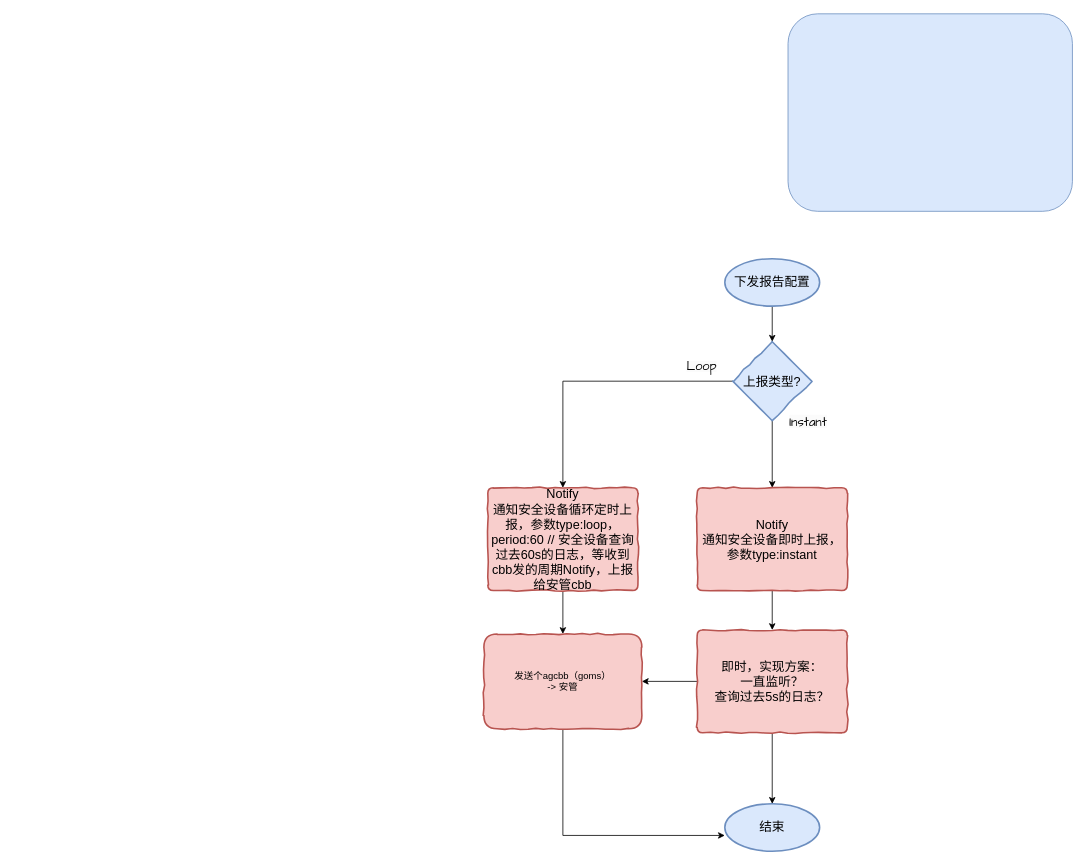
This is 日志流程.drawio from echotj/im, a draw.io file, before an edit. Source tidied: cells renumbered, new cells numbered last; positions are measured from the earlier drawing's top-left corner, leaving out a move shared by most shapes. Both pictures are drawn from the tidied source at 79%, with x=0, y=0 at pixel (483, 13).
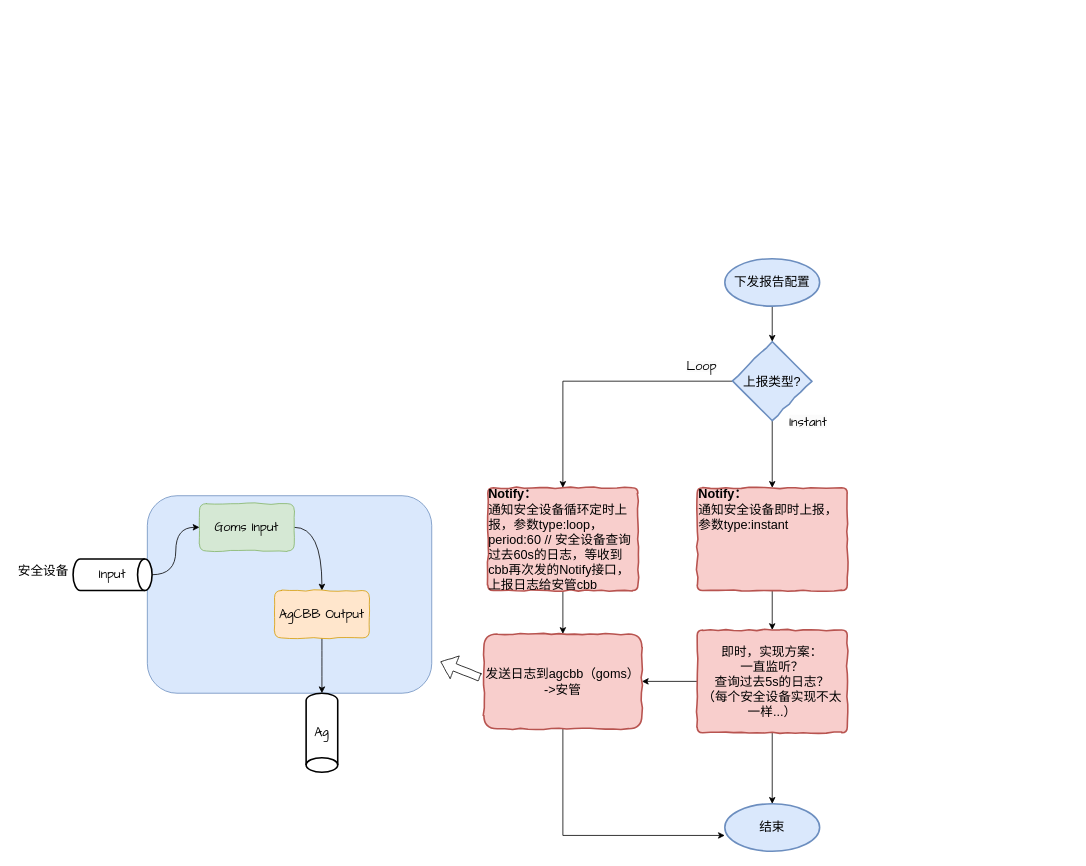
After the change.

Commit message:
更新日志流程.drawio

The edit, as a diff of the source:
```diff
@@
     <mxCell id="2" style="rounded=1;whiteSpace=wrap;html=1;fillColor=#dae8fc;strokeColor=#6c8ebf;" parent="1" vertex="1">
-      <mxGeometry x="385" width="360" height="250" as="geometry" />
+      <mxGeometry x="-426" y="610" width="360" height="250" as="geometry" />
     </mxCell>
@@
-    <mxCell id="9" value="&lt;span style=&quot;font-size: 16px;&quot;&gt;Notify&lt;br&gt;通知安全设备即时上报，参数type:instant&lt;br&gt;&lt;/span&gt;" style="rounded=1;whiteSpace=wrap;html=1;absoluteArcSize=1;arcSize=14;strokeWidth=2;fillColor=#f8cecc;strokeColor=#b85450;comic=1;" parent="1" vertex="1">
+    <mxCell id="9" value="&lt;div style=&quot;&quot;&gt;&lt;span style=&quot;font-size: 16px; background-color: initial;&quot;&gt;&lt;b&gt;Notify：&lt;/b&gt;&lt;/span&gt;&lt;/div&gt;&lt;span style=&quot;font-size: 16px;&quot;&gt;&lt;div style=&quot;&quot;&gt;&lt;span style=&quot;background-color: initial;&quot;&gt;通知安全设备即时上报，参数type:instant&lt;/span&gt;&lt;/div&gt;&lt;div style=&quot;&quot;&gt;&lt;span style=&quot;background-color: initial;&quot;&gt;&lt;br&gt;&lt;/span&gt;&lt;/div&gt;&lt;div style=&quot;&quot;&gt;&lt;span style=&quot;background-color: initial;&quot;&gt;&lt;br&gt;&lt;/span&gt;&lt;/div&gt;&lt;div style=&quot;&quot;&gt;&lt;span style=&quot;background-color: initial;&quot;&gt;&lt;br&gt;&lt;/span&gt;&lt;/div&gt;&lt;div style=&quot;&quot;&gt;&lt;span style=&quot;background-color: initial;&quot;&gt;&lt;br&gt;&lt;/span&gt;&lt;/div&gt;&lt;/span&gt;" style="rounded=1;whiteSpace=wrap;html=1;absoluteArcSize=1;arcSize=14;strokeWidth=2;fillColor=#f8cecc;strokeColor=#b85450;comic=1;align=left;" parent="1" vertex="1">
       <mxGeometry x="270" y="600" width="190" height="130" as="geometry" />
     </mxCell>
@@
-    <mxCell id="13" value="&lt;span style=&quot;font-size: 16px;&quot;&gt;Notify&lt;br&gt;通知安全设备循环定时上报，参数type:loop，period:60 // 安全设备查询过去60s的日志，等收到cbb发的周期Notify，上报给安管cbb&lt;br&gt;&lt;/span&gt;" style="rounded=1;whiteSpace=wrap;html=1;absoluteArcSize=1;arcSize=14;strokeWidth=2;fillColor=#f8cecc;strokeColor=#b85450;comic=1;" parent="1" vertex="1">
+    <mxCell id="13" value="&lt;div style=&quot;text-align: left;&quot;&gt;&lt;b style=&quot;font-size: 16px; background-color: initial;&quot;&gt;Notify：&lt;/b&gt;&lt;/div&gt;&lt;span style=&quot;font-size: 16px;&quot;&gt;&lt;div style=&quot;text-align: left;&quot;&gt;&lt;span style=&quot;background-color: initial;&quot;&gt;通知安全设备循环定时上报，参数type:loop，period:60 // 安全设备查询过去60s的日志，等收到cbb再次发的Notify接口，上报日志给安管cbb&lt;/span&gt;&lt;/div&gt;&lt;/span&gt;" style="rounded=1;whiteSpace=wrap;html=1;absoluteArcSize=1;arcSize=14;strokeWidth=2;fillColor=#f8cecc;strokeColor=#b85450;comic=1;" parent="1" vertex="1">
       <mxGeometry x="5" y="600" width="190" height="130" as="geometry" />
     </mxCell>
@@
-    <mxCell id="16" value="&lt;span style=&quot;font-size: 16px;&quot;&gt;即时，实现方案：&lt;br&gt;一直监听？&lt;br&gt;查询过去5s的日志？&lt;br&gt;&lt;/span&gt;" style="rounded=1;whiteSpace=wrap;html=1;absoluteArcSize=1;arcSize=14;strokeWidth=2;fillColor=#f8cecc;strokeColor=#b85450;comic=1;" parent="1" vertex="1">
+    <mxCell id="16" value="&lt;span style=&quot;font-size: 16px;&quot;&gt;即时，实现方案：&lt;br&gt;一直监听？&lt;br&gt;查询过去5s的日志？&lt;br&gt;（每个安全设备实现不太一样...）&lt;br&gt;&lt;/span&gt;" style="rounded=1;whiteSpace=wrap;html=1;absoluteArcSize=1;arcSize=14;strokeWidth=2;fillColor=#f8cecc;strokeColor=#b85450;comic=1;" parent="1" vertex="1">
       <mxGeometry x="270" y="780" width="190" height="130" as="geometry" />
     </mxCell>
@@
-    <mxCell id="18" value="发送个agcbb（goms）&lt;br&gt;-&amp;gt; 安管" style="rounded=1;whiteSpace=wrap;html=1;fillColor=#f8cecc;strokeColor=#b85450;arcSize=14;strokeWidth=2;comic=1;" parent="1" vertex="1">
+    <mxCell id="18" value="&lt;font style=&quot;font-size: 16px;&quot;&gt;发送日志到agcbb（goms）&lt;br&gt;-&amp;gt;安管&lt;/font&gt;" style="rounded=1;whiteSpace=wrap;html=1;fillColor=#f8cecc;strokeColor=#b85450;arcSize=14;strokeWidth=2;comic=1;" parent="1" vertex="1">
       <mxGeometry y="785" width="200" height="120" as="geometry" />
     </mxCell>
@@
+    <mxCell id="20" style="edgeStyle=orthogonalEdgeStyle;jettySize=auto;html=1;entryX=0;entryY=0.5;entryDx=0;entryDy=0;curved=1;" parent="1" edge="1" source="21" target="23">
+      <mxGeometry relative="1" as="geometry" />
+    </mxCell>
+    <mxCell id="21" value="&lt;font face=&quot;Comic Sans MS&quot; style=&quot;font-size: 16px;&quot;&gt;Input&lt;/font&gt;" style="strokeWidth=2;html=1;shape=mxgraph.flowchart.direct_data;whiteSpace=wrap;" parent="1" vertex="1">
+      <mxGeometry x="-520" y="690" width="100" height="40" as="geometry" />
+    </mxCell>
+    <mxCell id="22" style="edgeStyle=orthogonalEdgeStyle;jettySize=auto;html=1;entryX=0.5;entryY=0;entryDx=0;entryDy=0;exitX=1;exitY=0.5;exitDx=0;exitDy=0;curved=1;" parent="1" edge="1" source="23" target="25">
+      <mxGeometry relative="1" as="geometry" />
+    </mxCell>
+    <mxCell id="23" value="&lt;font style=&quot;font-size: 16px;&quot;&gt;Goms Input&lt;/font&gt;" style="rounded=1;whiteSpace=wrap;html=1;comic=1;fillColor=#d5e8d4;strokeColor=#82b366;fontFamily=Comic Sans MS;" parent="1" vertex="1">
+      <mxGeometry x="-360" y="620" width="120" height="60" as="geometry" />
+    </mxCell>
+    <mxCell id="24" style="edgeStyle=orthogonalEdgeStyle;jettySize=auto;html=1;curved=1;" parent="1" edge="1" source="25" target="26">
+      <mxGeometry relative="1" as="geometry" />
+    </mxCell>
+    <mxCell id="25" value="&lt;font face=&quot;Comic Sans MS&quot; style=&quot;font-size: 16px;&quot;&gt;AgCBB Output&lt;/font&gt;" style="rounded=1;whiteSpace=wrap;html=1;comic=1;fillColor=#ffe6cc;strokeColor=#d79b00;" parent="1" vertex="1">
+      <mxGeometry x="-265" y="730" width="120" height="60" as="geometry" />
+    </mxCell>
+    <mxCell id="26" value="&lt;font face=&quot;Comic Sans MS&quot;&gt;&lt;span style=&quot;font-size: 16px;&quot;&gt;Ag&lt;/span&gt;&lt;/font&gt;" style="strokeWidth=2;html=1;shape=mxgraph.flowchart.direct_data;whiteSpace=wrap;direction=south;" parent="1" vertex="1">
+      <mxGeometry x="-225" y="860" width="40" height="100" as="geometry" />
+    </mxCell>
+    <mxCell id="27" value="&lt;font style=&quot;font-size: 16px;&quot;&gt;安全设备&lt;/font&gt;" style="text;strokeColor=none;align=center;fillColor=none;html=1;verticalAlign=middle;whiteSpace=wrap;rounded=0;" parent="1" vertex="1">
+      <mxGeometry x="-595" y="690" width="75" height="30" as="geometry" />
+    </mxCell>
+    <mxCell id="28" style="shape=flexArrow;endArrow=classic;html=1;rounded=0;comic=1;" parent="1" edge="1">
+      <mxGeometry relative="1" as="geometry">
+        <mxPoint x="-5" y="840" as="sourcePoint" />
+        <mxPoint x="-55" y="820" as="targetPoint" />
+      </mxGeometry>
+    </mxCell>
```
